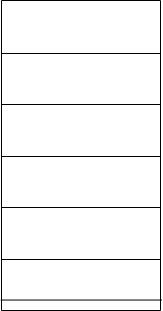
Earlier version of the draw.io export OS/6.828Lab2.drawio.png (SixPlusAndTimes/drawio). Source tidied: cells renumbered, new cells last; positions are measured from the earlier drawing's top-left corner, leaving out a move shared by most shapes.
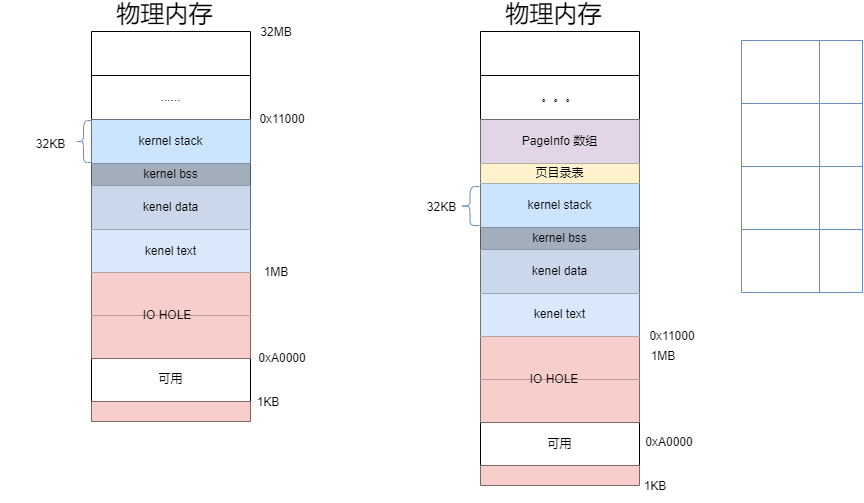
The same diagram one commit later.

Diff of the diagram source:
```diff
@@ -3,46 +3,232 @@
     <mxCell id="0" />
     <mxCell id="1" parent="0" />
     <mxCell id="2" style="shape=table;startSize=0;" parent="1" vertex="1">
-      <mxGeometry width="159" height="310" as="geometry" />
+      <mxGeometry width="159" height="390" as="geometry" />
     </mxCell>
+    <mxCell id="16" style="shape=tableRow;horizontal=0;startSize=0;swimlaneHead=0;swimlaneBody=0;top=0;left=0;bottom=0;right=0;fillColor=none;" parent="2" vertex="1">
+      <mxGeometry width="159" height="44" as="geometry" />
+    </mxCell>
+    <mxCell id="17" style="shape=partialRectangle;html=1;whiteSpace=wrap;overflow=hidden;fillColor=none;top=0;left=0;bottom=0;right=0;" parent="16" vertex="1">
+      <mxGeometry width="159" height="44" as="geometry" />
+    </mxCell>
+    <mxCell id="18" style="shape=tableRow;horizontal=0;startSize=0;swimlaneHead=0;swimlaneBody=0;top=0;left=0;bottom=0;right=0;fillColor=none;" parent="2" vertex="1">
+      <mxGeometry y="44" width="159" height="44" as="geometry" />
+    </mxCell>
+    <mxCell id="19" value="......" style="shape=partialRectangle;html=1;whiteSpace=wrap;overflow=hidden;fillColor=none;top=0;left=0;bottom=0;right=0;" parent="18" vertex="1">
+      <mxGeometry width="159" height="44" as="geometry" />
+    </mxCell>
     <mxCell id="3" style="shape=tableRow;horizontal=0;startSize=0;swimlaneHead=0;swimlaneBody=0;top=0;left=0;bottom=0;right=0;fillColor=none;" parent="2" vertex="1">
-      <mxGeometry width="159" height="53" as="geometry" />
+      <mxGeometry y="88" width="159" height="44" as="geometry" />
     </mxCell>
-    <mxCell id="4" style="shape=partialRectangle;html=1;whiteSpace=wrap;overflow=hidden;fillColor=none;top=0;left=0;bottom=0;right=0;" parent="3" vertex="1">
-      <mxGeometry width="159" height="53" as="geometry" />
+    <mxCell id="4" value="kernel stack" style="shape=partialRectangle;html=1;whiteSpace=wrap;overflow=hidden;fillColor=#CCE5FF;top=0;left=0;bottom=0;right=0;strokeColor=#6c8ebf;" parent="3" vertex="1">
+      <mxGeometry width="159" height="44" as="geometry" />
     </mxCell>
     <mxCell id="5" style="shape=tableRow;horizontal=0;startSize=0;swimlaneHead=0;swimlaneBody=0;top=0;left=0;bottom=0;right=0;fillColor=none;" parent="2" vertex="1">
-      <mxGeometry y="53" width="159" height="51" as="geometry" />
+      <mxGeometry y="132" width="159" height="22" as="geometry" />
     </mxCell>
-    <mxCell id="6" style="shape=partialRectangle;html=1;whiteSpace=wrap;overflow=hidden;fillColor=none;top=0;left=0;bottom=0;right=0;" parent="5" vertex="1">
-      <mxGeometry width="159" height="51" as="geometry" />
+    <mxCell id="6" value="kernel bss" style="shape=partialRectangle;html=1;whiteSpace=wrap;overflow=hidden;fillColor=#A3AEBD;top=0;left=0;bottom=0;right=0;strokeColor=#6c8ebf;" parent="5" vertex="1">
+      <mxGeometry width="159" height="22" as="geometry" />
     </mxCell>
     <mxCell id="7" style="shape=tableRow;horizontal=0;startSize=0;swimlaneHead=0;swimlaneBody=0;top=0;left=0;bottom=0;right=0;fillColor=none;" parent="2" vertex="1">
-      <mxGeometry y="104" width="159" height="52" as="geometry" />
+      <mxGeometry y="154" width="159" height="44" as="geometry" />
     </mxCell>
-    <mxCell id="8" style="shape=partialRectangle;html=1;whiteSpace=wrap;overflow=hidden;fillColor=none;top=0;left=0;bottom=0;right=0;" parent="7" vertex="1">
-      <mxGeometry width="159" height="52" as="geometry" />
+    <mxCell id="8" value="kenel data" style="shape=partialRectangle;html=1;whiteSpace=wrap;overflow=hidden;fillColor=#CBD8EB;top=0;left=0;bottom=0;right=0;strokeColor=#6c8ebf;" parent="7" vertex="1">
+      <mxGeometry width="159" height="44" as="geometry" />
     </mxCell>
     <mxCell id="9" style="shape=tableRow;horizontal=0;startSize=0;swimlaneHead=0;swimlaneBody=0;top=0;left=0;bottom=0;right=0;fillColor=none;" parent="2" vertex="1">
-      <mxGeometry y="156" width="159" height="51" as="geometry" />
+      <mxGeometry y="198" width="159" height="43" as="geometry" />
     </mxCell>
-    <mxCell id="10" style="shape=partialRectangle;html=1;whiteSpace=wrap;overflow=hidden;fillColor=none;top=0;left=0;bottom=0;right=0;" parent="9" vertex="1">
-      <mxGeometry width="159" height="51" as="geometry" />
+    <mxCell id="10" value="kenel text" style="shape=partialRectangle;html=1;whiteSpace=wrap;overflow=hidden;fillColor=#dae8fc;top=0;left=0;bottom=0;right=0;strokeColor=#6c8ebf;" parent="9" vertex="1">
+      <mxGeometry width="159" height="43" as="geometry" />
     </mxCell>
     <mxCell id="11" style="shape=tableRow;horizontal=0;startSize=0;swimlaneHead=0;swimlaneBody=0;top=0;left=0;bottom=0;right=0;fillColor=none;" parent="2" vertex="1">
-      <mxGeometry y="207" width="159" height="52" as="geometry" />
+      <mxGeometry y="241" width="159" height="43" as="geometry" />
     </mxCell>
-    <mxCell id="12" style="shape=partialRectangle;html=1;whiteSpace=wrap;overflow=hidden;fillColor=none;top=0;left=0;bottom=0;right=0;" parent="11" vertex="1">
-      <mxGeometry width="159" height="52" as="geometry" />
+    <mxCell id="12" value="&lt;table&gt;&lt;tbody&gt;&lt;tr&gt;&lt;td&gt;&lt;br&gt;&lt;/td&gt;&lt;td&gt;&lt;br&gt;&lt;/td&gt;&lt;/tr&gt;&lt;/tbody&gt;&lt;/table&gt;" style="shape=partialRectangle;html=1;whiteSpace=wrap;overflow=hidden;fillColor=#f8cecc;top=0;left=0;bottom=0;right=0;strokeColor=#b85450;" parent="11" vertex="1">
+      <mxGeometry width="159" height="43" as="geometry" />
     </mxCell>
+    <mxCell id="20" style="shape=tableRow;horizontal=0;startSize=0;swimlaneHead=0;swimlaneBody=0;top=0;left=0;bottom=0;right=0;fillColor=none;" parent="2" vertex="1">
+      <mxGeometry y="284" width="159" height="43" as="geometry" />
+    </mxCell>
+    <mxCell id="21" style="shape=partialRectangle;html=1;whiteSpace=wrap;overflow=hidden;fillColor=#f8cecc;top=0;left=0;bottom=0;right=0;strokeColor=#b85450;" parent="20" vertex="1">
+      <mxGeometry width="159" height="43" as="geometry" />
+    </mxCell>
     <mxCell id="13" style="shape=tableRow;horizontal=0;startSize=0;swimlaneHead=0;swimlaneBody=0;top=0;left=0;bottom=0;right=0;fillColor=none;points=[[0,0.5],[1,0.5]];portConstraint=eastwest;" parent="2" vertex="1">
-      <mxGeometry y="259" width="159" height="51" as="geometry" />
+      <mxGeometry y="327" width="159" height="43" as="geometry" />
     </mxCell>
-    <mxCell id="14" style="shape=partialRectangle;html=1;whiteSpace=wrap;overflow=hidden;fillColor=none;top=0;left=0;bottom=0;right=0;" parent="13" vertex="1">
-      <mxGeometry width="159" height="51" as="geometry" />
+    <mxCell id="14" value="可用" style="shape=partialRectangle;html=1;whiteSpace=wrap;overflow=hidden;fillColor=none;top=0;left=0;bottom=0;right=0;" parent="13" vertex="1">
+      <mxGeometry width="159" height="43" as="geometry" />
     </mxCell>
-    <mxCell id="15" style="endArrow=none;html=1;rounded=0;entryX=-0.004;entryY=0.795;entryDx=0;entryDy=0;entryPerimeter=0;exitX=1.006;exitY=0.795;exitDx=0;exitDy=0;exitPerimeter=0;" parent="2" edge="1" source="13" target="13">
-      <mxGeometry relative="1" as="geometry" />
-    </mxCell>
+    <mxCell id="22" style="shape=tableRow;horizontal=0;startSize=0;swimlaneHead=0;swimlaneBody=0;top=0;left=0;bottom=0;right=0;fillColor=none;" parent="2" vertex="1">
+      <mxGeometry y="370" width="159" height="20" as="geometry" />
+    </mxCell>
+    <mxCell id="23" style="shape=partialRectangle;html=1;whiteSpace=wrap;overflow=hidden;fillColor=#f8cecc;top=0;left=0;bottom=0;right=0;strokeColor=#b85450;" parent="22" vertex="1">
+      <mxGeometry width="159" height="20" as="geometry" />
+    </mxCell>
+    <mxCell id="24" value="1KB" style="text;html=1;strokeColor=none;fillColor=none;align=center;verticalAlign=middle;whiteSpace=wrap;rounded=0;" parent="1" vertex="1">
+      <mxGeometry x="147" y="356" width="60" height="30" as="geometry" />
+    </mxCell>
+    <mxCell id="25" value="1MB" style="text;html=1;strokeColor=none;fillColor=none;align=center;verticalAlign=middle;whiteSpace=wrap;rounded=0;" parent="1" vertex="1">
+      <mxGeometry x="155" y="226" width="60" height="30" as="geometry" />
+    </mxCell>
+    <mxCell id="26" value="0xA0000" style="text;html=1;strokeColor=none;fillColor=none;align=center;verticalAlign=middle;whiteSpace=wrap;rounded=0;" parent="1" vertex="1">
+      <mxGeometry x="161" y="312" width="60" height="30" as="geometry" />
+    </mxCell>
+    <mxCell id="27" value="IO HOLE" style="text;html=1;strokeColor=none;fillColor=none;align=center;verticalAlign=middle;whiteSpace=wrap;rounded=0;" parent="1" vertex="1">
+      <mxGeometry x="46" y="269" width="60" height="30" as="geometry" />
+    </mxCell>
+    <mxCell id="28" style="shape=curlyBracket;whiteSpace=wrap;html=1;rounded=1;strokeColor=#6C8EBF;fillColor=#CCE5FF;" parent="1" vertex="1">
+      <mxGeometry x="-16" y="89" width="16" height="42" as="geometry" />
+    </mxCell>
+    <mxCell id="29" value="&lt;font style=&quot;font-weight: normal; font-size: 12px;&quot;&gt;32KB&lt;/font&gt;" style="text;strokeColor=none;fillColor=none;html=1;fontSize=24;fontStyle=1;verticalAlign=middle;align=center;" parent="1" vertex="1">
+      <mxGeometry x="-91" y="89" width="100" height="40" as="geometry" />
+    </mxCell>
+    <mxCell id="30" value="0x11000" style="text;html=1;strokeColor=none;fillColor=none;align=center;verticalAlign=middle;whiteSpace=wrap;rounded=0;" parent="1" vertex="1">
+      <mxGeometry x="161" y="73" width="60" height="30" as="geometry" />
+    </mxCell>
+    <mxCell id="31" value="&lt;font style=&quot;font-size: 24px;&quot;&gt;物理内存&lt;/font&gt;" style="text;html=1;strokeColor=none;fillColor=none;align=center;verticalAlign=middle;whiteSpace=wrap;rounded=0;fontSize=12;" parent="1" vertex="1">
+      <mxGeometry x="-37" y="-31" width="221" height="28" as="geometry" />
+    </mxCell>
+    <mxCell id="32" style="shape=table;startSize=0;" parent="1" vertex="1">
+      <mxGeometry x="389" width="159" height="454" as="geometry" />
+    </mxCell>
+    <mxCell id="33" style="shape=tableRow;horizontal=0;startSize=0;swimlaneHead=0;swimlaneBody=0;top=0;left=0;bottom=0;right=0;fillColor=none;" parent="32" vertex="1">
+      <mxGeometry width="159" height="44" as="geometry" />
+    </mxCell>
+    <mxCell id="34" style="shape=partialRectangle;html=1;whiteSpace=wrap;overflow=hidden;fillColor=none;top=0;left=0;bottom=0;right=0;" parent="33" vertex="1">
+      <mxGeometry width="159" height="44" as="geometry" />
+    </mxCell>
+    <mxCell id="35" style="shape=tableRow;horizontal=0;startSize=0;swimlaneHead=0;swimlaneBody=0;top=0;left=0;bottom=0;right=0;fillColor=none;" parent="32" vertex="1">
+      <mxGeometry y="44" width="159" height="44" as="geometry" />
+    </mxCell>
+    <mxCell id="36" value="。。。" style="shape=partialRectangle;html=1;whiteSpace=wrap;overflow=hidden;fillColor=none;top=0;left=0;bottom=0;right=0;" parent="35" vertex="1">
+      <mxGeometry width="159" height="44" as="geometry" />
+    </mxCell>
+    <mxCell id="37" style="shape=tableRow;horizontal=0;startSize=0;swimlaneHead=0;swimlaneBody=0;top=0;left=0;bottom=0;right=0;fillColor=none;" parent="32" vertex="1">
+      <mxGeometry y="88" width="159" height="44" as="geometry" />
+    </mxCell>
+    <mxCell id="38" value="PageInfo 数组" style="shape=partialRectangle;html=1;whiteSpace=wrap;overflow=hidden;fillColor=#e1d5e7;top=0;left=0;bottom=0;right=0;strokeColor=#9673a6;" parent="37" vertex="1">
+      <mxGeometry width="159" height="44" as="geometry" />
+    </mxCell>
+    <mxCell id="39" style="shape=tableRow;horizontal=0;startSize=0;swimlaneHead=0;swimlaneBody=0;top=0;left=0;bottom=0;right=0;fillColor=none;" parent="32" vertex="1">
+      <mxGeometry y="132" width="159" height="20" as="geometry" />
+    </mxCell>
+    <mxCell id="40" value="页目录表" style="shape=partialRectangle;html=1;whiteSpace=wrap;overflow=hidden;fillColor=#fff2cc;top=0;left=0;bottom=0;right=0;strokeColor=#d6b656;" parent="39" vertex="1">
+      <mxGeometry width="159" height="20" as="geometry" />
+    </mxCell>
+    <mxCell id="41" style="shape=tableRow;horizontal=0;startSize=0;swimlaneHead=0;swimlaneBody=0;top=0;left=0;bottom=0;right=0;fillColor=none;" parent="32" vertex="1">
+      <mxGeometry y="152" width="159" height="44" as="geometry" />
+    </mxCell>
+    <mxCell id="42" value="kernel stack" style="shape=partialRectangle;html=1;whiteSpace=wrap;overflow=hidden;fillColor=#CCE5FF;top=0;left=0;bottom=0;right=0;strokeColor=#6c8ebf;" parent="41" vertex="1">
+      <mxGeometry width="159" height="44" as="geometry" />
+    </mxCell>
+    <mxCell id="43" style="shape=tableRow;horizontal=0;startSize=0;swimlaneHead=0;swimlaneBody=0;top=0;left=0;bottom=0;right=0;fillColor=none;" parent="32" vertex="1">
+      <mxGeometry y="196" width="159" height="22" as="geometry" />
+    </mxCell>
+    <mxCell id="44" value="kernel bss" style="shape=partialRectangle;html=1;whiteSpace=wrap;overflow=hidden;fillColor=#A3AEBD;top=0;left=0;bottom=0;right=0;strokeColor=#6c8ebf;" parent="43" vertex="1">
+      <mxGeometry width="159" height="22" as="geometry" />
+    </mxCell>
+    <mxCell id="45" style="shape=tableRow;horizontal=0;startSize=0;swimlaneHead=0;swimlaneBody=0;top=0;left=0;bottom=0;right=0;fillColor=none;" parent="32" vertex="1">
+      <mxGeometry y="218" width="159" height="44" as="geometry" />
+    </mxCell>
+    <mxCell id="46" value="kenel data" style="shape=partialRectangle;html=1;whiteSpace=wrap;overflow=hidden;fillColor=#CBD8EB;top=0;left=0;bottom=0;right=0;strokeColor=#6c8ebf;" parent="45" vertex="1">
+      <mxGeometry width="159" height="44" as="geometry" />
+    </mxCell>
+    <mxCell id="47" style="shape=tableRow;horizontal=0;startSize=0;swimlaneHead=0;swimlaneBody=0;top=0;left=0;bottom=0;right=0;fillColor=none;" parent="32" vertex="1">
+      <mxGeometry y="262" width="159" height="43" as="geometry" />
+    </mxCell>
+    <mxCell id="48" value="kenel text" style="shape=partialRectangle;html=1;whiteSpace=wrap;overflow=hidden;fillColor=#dae8fc;top=0;left=0;bottom=0;right=0;strokeColor=#6c8ebf;" parent="47" vertex="1">
+      <mxGeometry width="159" height="43" as="geometry" />
+    </mxCell>
+    <mxCell id="49" style="shape=tableRow;horizontal=0;startSize=0;swimlaneHead=0;swimlaneBody=0;top=0;left=0;bottom=0;right=0;fillColor=none;" parent="32" vertex="1">
+      <mxGeometry y="305" width="159" height="43" as="geometry" />
+    </mxCell>
+    <mxCell id="50" value="&lt;table&gt;&lt;tbody&gt;&lt;tr&gt;&lt;td&gt;&lt;br&gt;&lt;/td&gt;&lt;td&gt;&lt;br&gt;&lt;/td&gt;&lt;/tr&gt;&lt;/tbody&gt;&lt;/table&gt;" style="shape=partialRectangle;html=1;whiteSpace=wrap;overflow=hidden;fillColor=#f8cecc;top=0;left=0;bottom=0;right=0;strokeColor=#b85450;" parent="49" vertex="1">
+      <mxGeometry width="159" height="43" as="geometry" />
+    </mxCell>
+    <mxCell id="51" style="shape=tableRow;horizontal=0;startSize=0;swimlaneHead=0;swimlaneBody=0;top=0;left=0;bottom=0;right=0;fillColor=none;" parent="32" vertex="1">
+      <mxGeometry y="348" width="159" height="43" as="geometry" />
+    </mxCell>
+    <mxCell id="52" style="shape=partialRectangle;html=1;whiteSpace=wrap;overflow=hidden;fillColor=#f8cecc;top=0;left=0;bottom=0;right=0;strokeColor=#b85450;" parent="51" vertex="1">
+      <mxGeometry width="159" height="43" as="geometry" />
+    </mxCell>
+    <mxCell id="53" style="shape=tableRow;horizontal=0;startSize=0;swimlaneHead=0;swimlaneBody=0;top=0;left=0;bottom=0;right=0;fillColor=none;" parent="32" vertex="1">
+      <mxGeometry y="391" width="159" height="43" as="geometry" />
+    </mxCell>
+    <mxCell id="54" value="可用" style="shape=partialRectangle;html=1;whiteSpace=wrap;overflow=hidden;fillColor=none;top=0;left=0;bottom=0;right=0;" parent="53" vertex="1">
+      <mxGeometry width="159" height="43" as="geometry" />
+    </mxCell>
+    <mxCell id="55" style="shape=tableRow;horizontal=0;startSize=0;swimlaneHead=0;swimlaneBody=0;top=0;left=0;bottom=0;right=0;fillColor=none;" parent="32" vertex="1">
+      <mxGeometry y="434" width="159" height="20" as="geometry" />
+    </mxCell>
+    <mxCell id="56" style="shape=partialRectangle;html=1;whiteSpace=wrap;overflow=hidden;fillColor=#f8cecc;top=0;left=0;bottom=0;right=0;strokeColor=#b85450;" parent="55" vertex="1">
+      <mxGeometry width="159" height="20" as="geometry" />
+    </mxCell>
+    <mxCell id="57" value="1KB" style="text;html=1;strokeColor=none;fillColor=none;align=center;verticalAlign=middle;whiteSpace=wrap;rounded=0;" parent="1" vertex="1">
+      <mxGeometry x="534" y="440" width="60" height="30" as="geometry" />
+    </mxCell>
+    <mxCell id="58" value="1MB" style="text;html=1;strokeColor=none;fillColor=none;align=center;verticalAlign=middle;whiteSpace=wrap;rounded=0;" parent="1" vertex="1">
+      <mxGeometry x="542" y="310" width="60" height="30" as="geometry" />
+    </mxCell>
+    <mxCell id="59" value="0xA0000" style="text;html=1;strokeColor=none;fillColor=none;align=center;verticalAlign=middle;whiteSpace=wrap;rounded=0;" parent="1" vertex="1">
+      <mxGeometry x="548" y="396" width="60" height="30" as="geometry" />
+    </mxCell>
+    <mxCell id="60" value="IO HOLE" style="text;html=1;strokeColor=none;fillColor=none;align=center;verticalAlign=middle;whiteSpace=wrap;rounded=0;" parent="1" vertex="1">
+      <mxGeometry x="432.5" y="333" width="60" height="30" as="geometry" />
+    </mxCell>
+    <mxCell id="61" value="&lt;font style=&quot;font-weight: normal; font-size: 12px;&quot;&gt;32KB&lt;/font&gt;" style="text;strokeColor=none;fillColor=none;html=1;fontSize=24;fontStyle=1;verticalAlign=middle;align=center;" parent="1" vertex="1">
+      <mxGeometry x="300" y="152" width="100" height="40" as="geometry" />
+    </mxCell>
+    <mxCell id="62" value="0x11000" style="text;html=1;strokeColor=none;fillColor=none;align=center;verticalAlign=middle;whiteSpace=wrap;rounded=0;" parent="1" vertex="1">
+      <mxGeometry x="551" y="290" width="60" height="30" as="geometry" />
+    </mxCell>
+    <mxCell id="63" value="&lt;font style=&quot;font-size: 24px;&quot;&gt;物理内存&lt;/font&gt;" style="text;html=1;strokeColor=none;fillColor=none;align=center;verticalAlign=middle;whiteSpace=wrap;rounded=0;fontSize=12;" parent="1" vertex="1">
+      <mxGeometry x="352" y="-31" width="221" height="28" as="geometry" />
+    </mxCell>
+    <mxCell id="64" style="shape=curlyBracket;whiteSpace=wrap;html=1;rounded=1;comic=0;strokeColor=#6C8EBF;fontSize=11;fillColor=#CCE5FF;" parent="1" vertex="1">
+      <mxGeometry x="369" y="155" width="19" height="39" as="geometry" />
+    </mxCell>
+    <mxCell id="65" style="shape=table;startSize=0;comic=0;strokeColor=#6C8EBF;fontSize=11;fillColor=none;" parent="1" vertex="1">
+      <mxGeometry x="650" y="9" width="121" height="252" as="geometry" />
+    </mxCell>
+    <mxCell id="66" style="shape=tableRow;horizontal=0;startSize=0;swimlaneHead=0;swimlaneBody=0;top=0;left=0;bottom=0;right=0;fillColor=none;comic=0;strokeColor=#6C8EBF;fontSize=11;" parent="65" vertex="1">
+      <mxGeometry width="121" height="63" as="geometry" />
+    </mxCell>
+    <mxCell id="67" style="shape=partialRectangle;html=1;whiteSpace=wrap;overflow=hidden;fillColor=none;top=0;left=0;bottom=0;right=0;comic=0;strokeColor=#6C8EBF;fontSize=11;" parent="66" vertex="1">
+      <mxGeometry width="78" height="63" as="geometry" />
+    </mxCell>
+    <mxCell id="68" style="shape=partialRectangle;html=1;whiteSpace=wrap;overflow=hidden;fillColor=none;top=0;left=0;bottom=0;right=0;comic=0;strokeColor=#6C8EBF;fontSize=11;" parent="66" vertex="1">
+      <mxGeometry x="78" width="43" height="63" as="geometry" />
+    </mxCell>
+    <mxCell id="69" style="shape=tableRow;horizontal=0;startSize=0;swimlaneHead=0;swimlaneBody=0;top=0;left=0;bottom=0;right=0;fillColor=none;comic=0;strokeColor=#6C8EBF;fontSize=11;" parent="65" vertex="1">
+      <mxGeometry y="63" width="121" height="63" as="geometry" />
+    </mxCell>
+    <mxCell id="70" style="shape=partialRectangle;html=1;whiteSpace=wrap;overflow=hidden;fillColor=none;top=0;left=0;bottom=0;right=0;comic=0;strokeColor=#6C8EBF;fontSize=11;" parent="69" vertex="1">
+      <mxGeometry width="78" height="63" as="geometry" />
+    </mxCell>
+    <mxCell id="71" style="shape=partialRectangle;html=1;whiteSpace=wrap;overflow=hidden;fillColor=none;top=0;left=0;bottom=0;right=0;comic=0;strokeColor=#6C8EBF;fontSize=11;" parent="69" vertex="1">
+      <mxGeometry x="78" width="43" height="63" as="geometry" />
+    </mxCell>
+    <mxCell id="72" style="shape=tableRow;horizontal=0;startSize=0;swimlaneHead=0;swimlaneBody=0;top=0;left=0;bottom=0;right=0;fillColor=none;comic=0;strokeColor=#6C8EBF;fontSize=11;" parent="65" vertex="1">
+      <mxGeometry y="126" width="121" height="63" as="geometry" />
+    </mxCell>
+    <mxCell id="73" style="shape=partialRectangle;html=1;whiteSpace=wrap;overflow=hidden;fillColor=none;top=0;left=0;bottom=0;right=0;comic=0;strokeColor=#6C8EBF;fontSize=11;" parent="72" vertex="1">
+      <mxGeometry width="78" height="63" as="geometry" />
+    </mxCell>
+    <mxCell id="74" style="shape=partialRectangle;html=1;whiteSpace=wrap;overflow=hidden;fillColor=none;top=0;left=0;bottom=0;right=0;comic=0;strokeColor=#6C8EBF;fontSize=11;" parent="72" vertex="1">
+      <mxGeometry x="78" width="43" height="63" as="geometry" />
+    </mxCell>
+    <mxCell id="75" style="shape=tableRow;horizontal=0;startSize=0;swimlaneHead=0;swimlaneBody=0;top=0;left=0;bottom=0;right=0;fillColor=none;comic=0;strokeColor=#6C8EBF;fontSize=11;" parent="65" vertex="1">
+      <mxGeometry y="189" width="121" height="63" as="geometry" />
+    </mxCell>
+    <mxCell id="76" style="shape=partialRectangle;html=1;whiteSpace=wrap;overflow=hidden;fillColor=none;top=0;left=0;bottom=0;right=0;comic=0;strokeColor=#6C8EBF;fontSize=11;" parent="75" vertex="1">
+      <mxGeometry width="78" height="63" as="geometry" />
+    </mxCell>
+    <mxCell id="77" style="shape=partialRectangle;html=1;whiteSpace=wrap;overflow=hidden;fillColor=none;top=0;left=0;bottom=0;right=0;comic=0;strokeColor=#6C8EBF;fontSize=11;" parent="75" vertex="1">
+      <mxGeometry x="78" width="43" height="63" as="geometry" />
+    </mxCell>
+    <mxCell id="78" value="32MB" style="text;html=1;strokeColor=none;fillColor=none;align=center;verticalAlign=middle;whiteSpace=wrap;rounded=0;" parent="1" vertex="1">
+      <mxGeometry x="155" y="-14" width="60" height="30" as="geometry" />
+    </mxCell>
   </root>
 </mxGraphModel>
```
